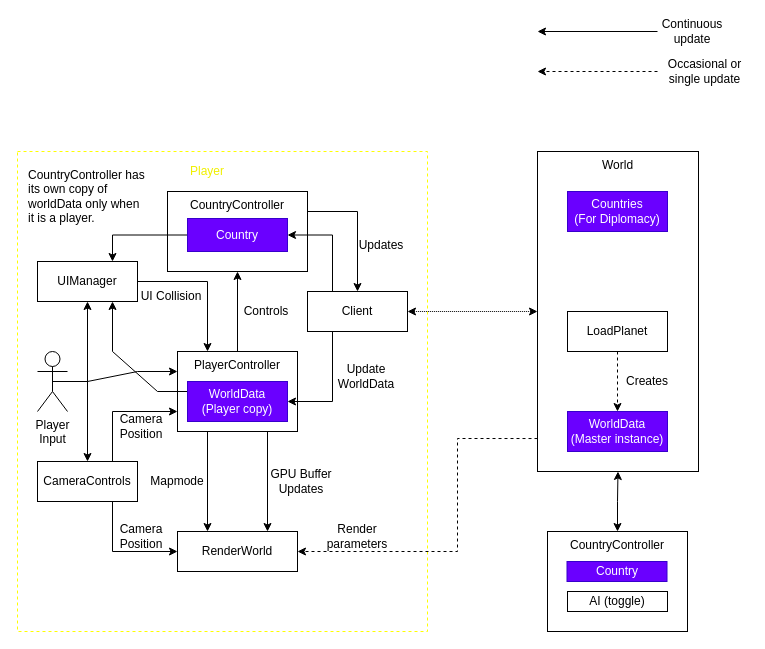
eajd1/Shader-Map-Game keeps this draw.io diagram as Assets/Documentation/The Plan.drawio. Above is the earlier version. Source tidied: cells renumbered, new cells numbered last; positions are measured from the earlier drawing's top-left corner, leaving out a move shared by most shapes. Both pictures are drawn from the tidied source at 100%, with x=0, y=0 at pixel (17, 21).
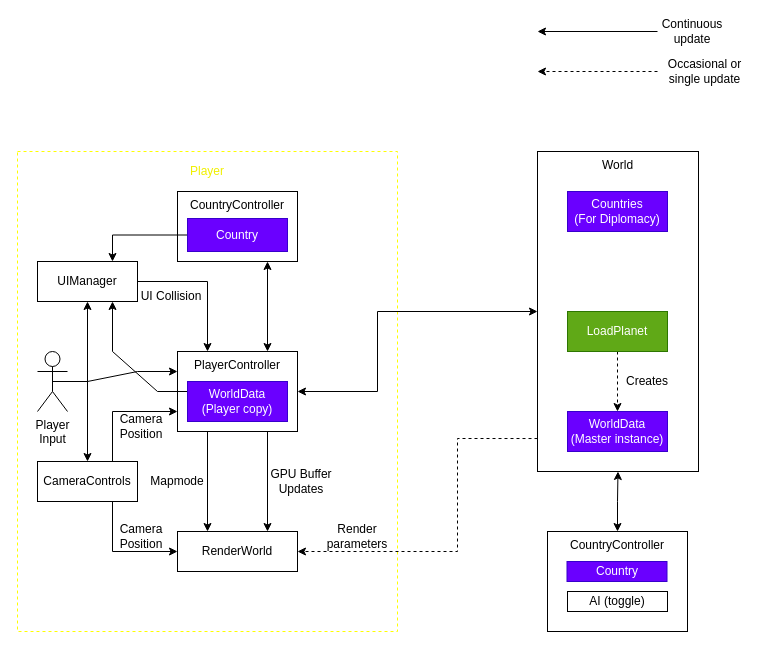
Above is the later version.

Unchanged cells that the change refers to:
```xml
<mxCell id="2" value="World" style="rounded=0;whiteSpace=wrap;html=1;align=center;verticalAlign=top;" parent="1" vertex="1">
  <mxGeometry x="520" y="130" width="161" height="320" as="geometry" />
</mxCell>
<mxCell id="12" value="Country" style="rounded=0;whiteSpace=wrap;html=1;fillColor=#6a00ff;strokeColor=#3700CC;fontColor=#ffffff;" parent="1" vertex="1">
  <mxGeometry x="170" y="197" width="100" height="33" as="geometry" />
</mxCell>
<mxCell id="17" value="PlayerController" style="rounded=0;whiteSpace=wrap;html=1;verticalAlign=top;" parent="1" vertex="1">
  <mxGeometry x="160" y="330" width="120" height="80" as="geometry" />
</mxCell>
<mxCell id="20" value="WorldData&lt;div&gt;(Player copy)&lt;/div&gt;" style="rounded=0;whiteSpace=wrap;html=1;fillColor=#6a00ff;fontColor=#ffffff;strokeColor=#3700CC;" parent="1" vertex="1">
  <mxGeometry x="170" y="360" width="100" height="40" as="geometry" />
</mxCell>
```

What changed in the source:
```diff
@@
     <mxCell id="3" style="rounded=0;whiteSpace=wrap;html=1;fillColor=none;dashed=1;strokeColor=#FFFF00;" parent="1" vertex="1">
-      <mxGeometry y="130" width="410" height="480" as="geometry" />
+      <mxGeometry y="130" width="380" height="480" as="geometry" />
     </mxCell>
@@
-    <mxCell id="9" style="edgeStyle=orthogonalEdgeStyle;rounded=0;jettySize=auto;html=1;exitX=1;exitY=0.25;exitDx=0;exitDy=0;entryX=0.5;entryY=0;entryDx=0;entryDy=0;" parent="1" edge="1" source="10" target="52">
-      <mxGeometry relative="1" as="geometry" />
-    </mxCell>
     <mxCell id="10" value="CountryController" style="rounded=0;whiteSpace=wrap;html=1;verticalAlign=top;" parent="1" vertex="1">
-      <mxGeometry x="150" y="170" width="140" height="80" as="geometry" />
+      <mxGeometry x="160" y="170" width="120" height="70" as="geometry" />
     </mxCell>
@@
-    <mxCell id="13" value="CountryController has its own copy of worldData only when it is a player." style="text;html=1;align=left;verticalAlign=middle;whiteSpace=wrap;rounded=0;" parent="1" vertex="1">
-      <mxGeometry x="8.5" y="160" width="121" height="30" as="geometry" />
-    </mxCell>
-    <mxCell id="14" style="edgeStyle=orthogonalEdgeStyle;rounded=0;jettySize=auto;html=1;exitX=0.5;exitY=0;exitDx=0;exitDy=0;entryX=0.5;entryY=1;entryDx=0;entryDy=0;" parent="1" edge="1" source="17" target="10">
+    <mxCell id="14" style="edgeStyle=orthogonalEdgeStyle;rounded=0;jettySize=auto;html=1;exitX=0.75;exitY=0;exitDx=0;exitDy=0;entryX=0.75;entryY=1;entryDx=0;entryDy=0;startArrow=classic;startFill=1;" parent="1" edge="1" source="17" target="10">
       <mxGeometry relative="1" as="geometry" />
     </mxCell>
@@
+    <mxCell id="53" style="edgeStyle=orthogonalEdgeStyle;rounded=0;jettySize=auto;html=1;exitX=1;exitY=0.5;exitDx=0;exitDy=0;entryX=0;entryY=0.5;entryDx=0;entryDy=0;startArrow=classic;startFill=1;" parent="1" edge="1" source="17" target="2">
+      <mxGeometry relative="1" as="geometry">
+        <Array as="points">
+          <mxPoint x="360" y="370" />
+          <mxPoint x="360" y="290" />
+        </Array>
+      </mxGeometry>
+    </mxCell>
@@
-    <mxCell id="40" value="LoadPlanet" style="rounded=0;whiteSpace=wrap;html=1;" parent="1" vertex="1">
+    <mxCell id="40" value="LoadPlanet" style="rounded=0;whiteSpace=wrap;html=1;fillColor=#60a917;fontColor=#ffffff;strokeColor=#2D7600;" parent="1" vertex="1">
       <mxGeometry x="550" y="290" width="100" height="40" as="geometry" />
     </mxCell>
@@
-    <mxCell id="42" value="Controls" style="text;html=1;align=center;verticalAlign=middle;whiteSpace=wrap;rounded=0;" parent="1" vertex="1">
-      <mxGeometry x="219" y="280" width="60" height="20" as="geometry" />
-    </mxCell>
@@
-    <mxCell id="47" value="Update WorldData" style="text;html=1;align=center;verticalAlign=middle;whiteSpace=wrap;rounded=0;" parent="1" vertex="1">
-      <mxGeometry x="319" y="340" width="60" height="30" as="geometry" />
-    </mxCell>
-    <mxCell id="48" value="Updates" style="text;html=1;align=center;verticalAlign=middle;whiteSpace=wrap;rounded=0;" parent="1" vertex="1">
-      <mxGeometry x="334" y="213.5" width="60" height="20" as="geometry" />
-    </mxCell>
-    <mxCell id="49" style="edgeStyle=orthogonalEdgeStyle;rounded=0;jettySize=auto;html=1;exitX=0.25;exitY=0;exitDx=0;exitDy=0;entryX=1;entryY=0.5;entryDx=0;entryDy=0;" parent="1" edge="1" source="52" target="12">
-      <mxGeometry relative="1" as="geometry" />
-    </mxCell>
-    <mxCell id="50" style="edgeStyle=orthogonalEdgeStyle;rounded=0;jettySize=auto;html=1;exitX=0.25;exitY=1;exitDx=0;exitDy=0;entryX=1;entryY=0.5;entryDx=0;entryDy=0;" parent="1" edge="1" source="52" target="20">
-      <mxGeometry relative="1" as="geometry" />
-    </mxCell>
-    <mxCell id="51" style="edgeStyle=orthogonalEdgeStyle;rounded=0;jettySize=auto;html=1;exitX=1;exitY=0.5;exitDx=0;exitDy=0;entryX=0;entryY=0.5;entryDx=0;entryDy=0;startArrow=classic;startFill=1;dashed=1;dashPattern=1 1;targetPerimeterSpacing=0;endSize=6;" parent="1" edge="1" source="52" target="2">
-      <mxGeometry relative="1" as="geometry" />
-    </mxCell>
-    <mxCell id="52" value="Client" style="rounded=0;whiteSpace=wrap;html=1;glass=0;shadow=0;" parent="1" vertex="1">
-      <mxGeometry x="290" y="270" width="100" height="40" as="geometry" />
-    </mxCell>
```
